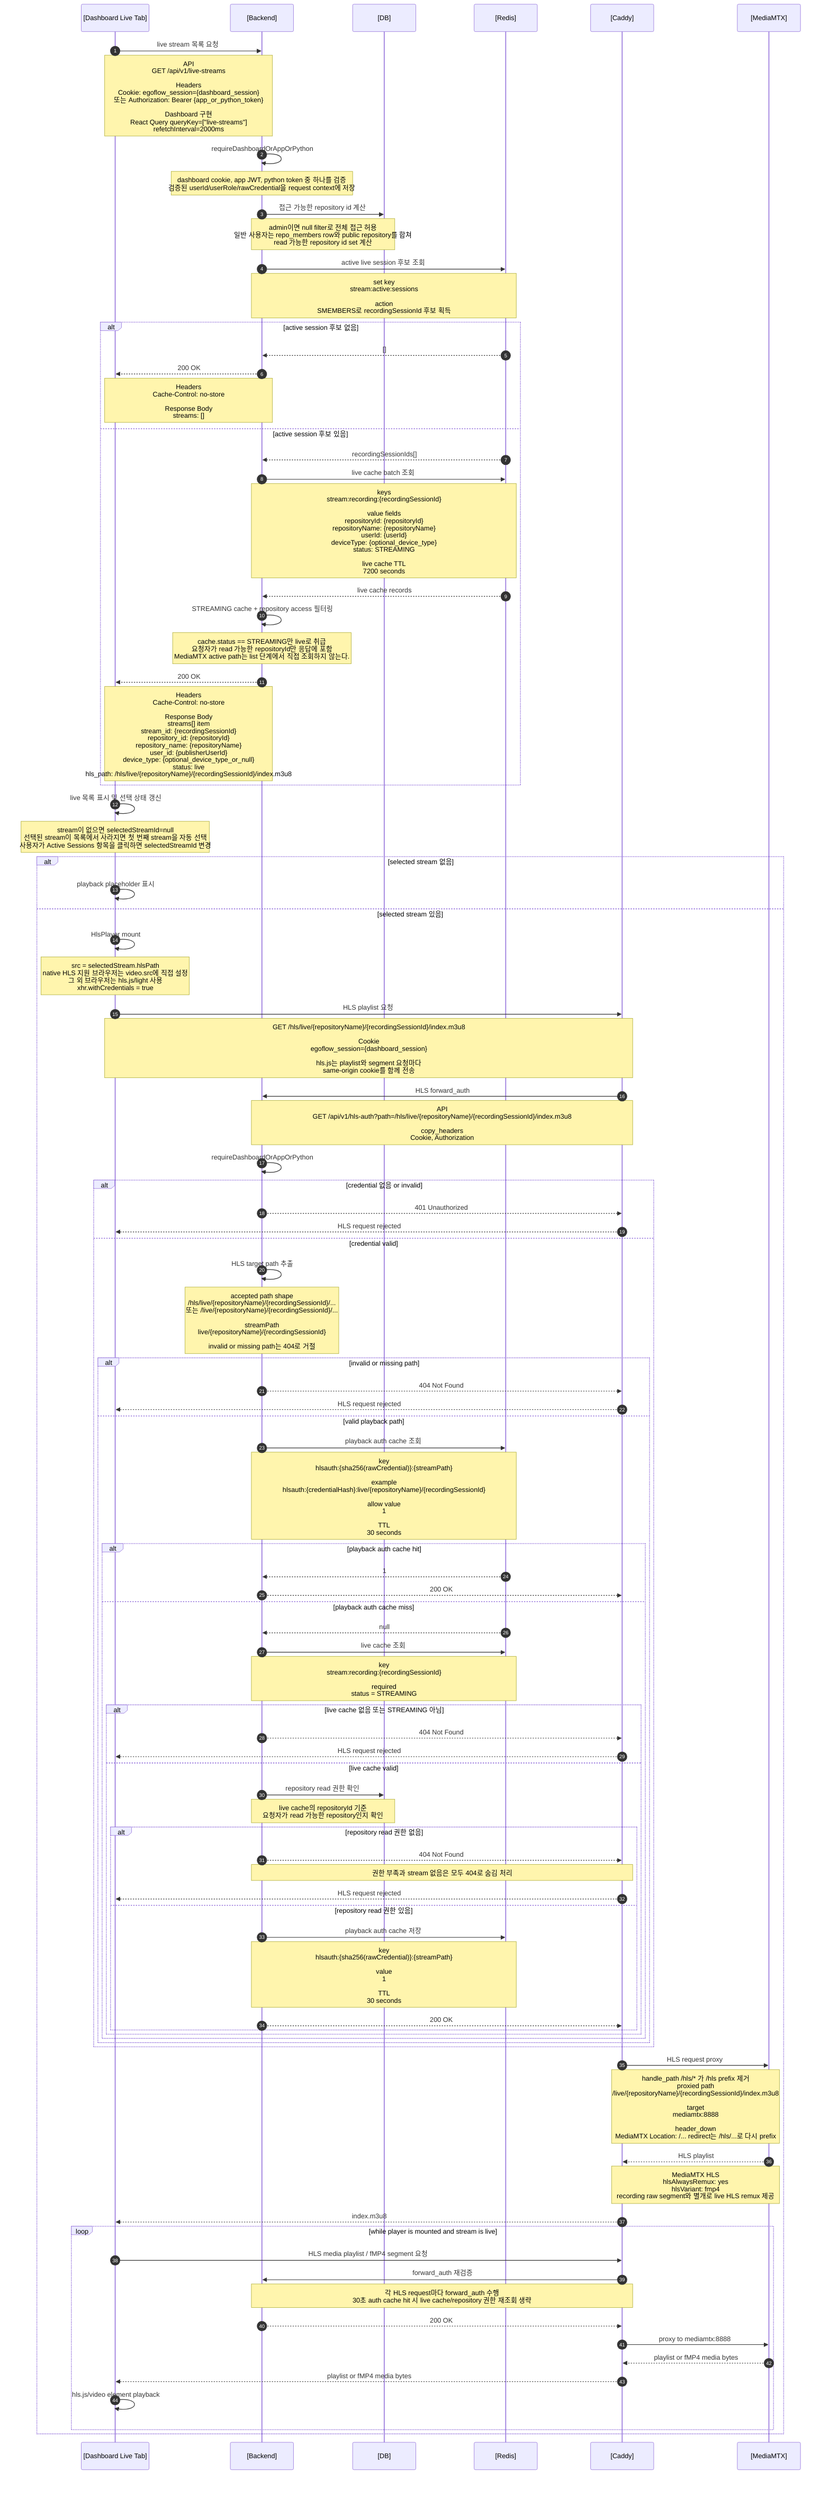
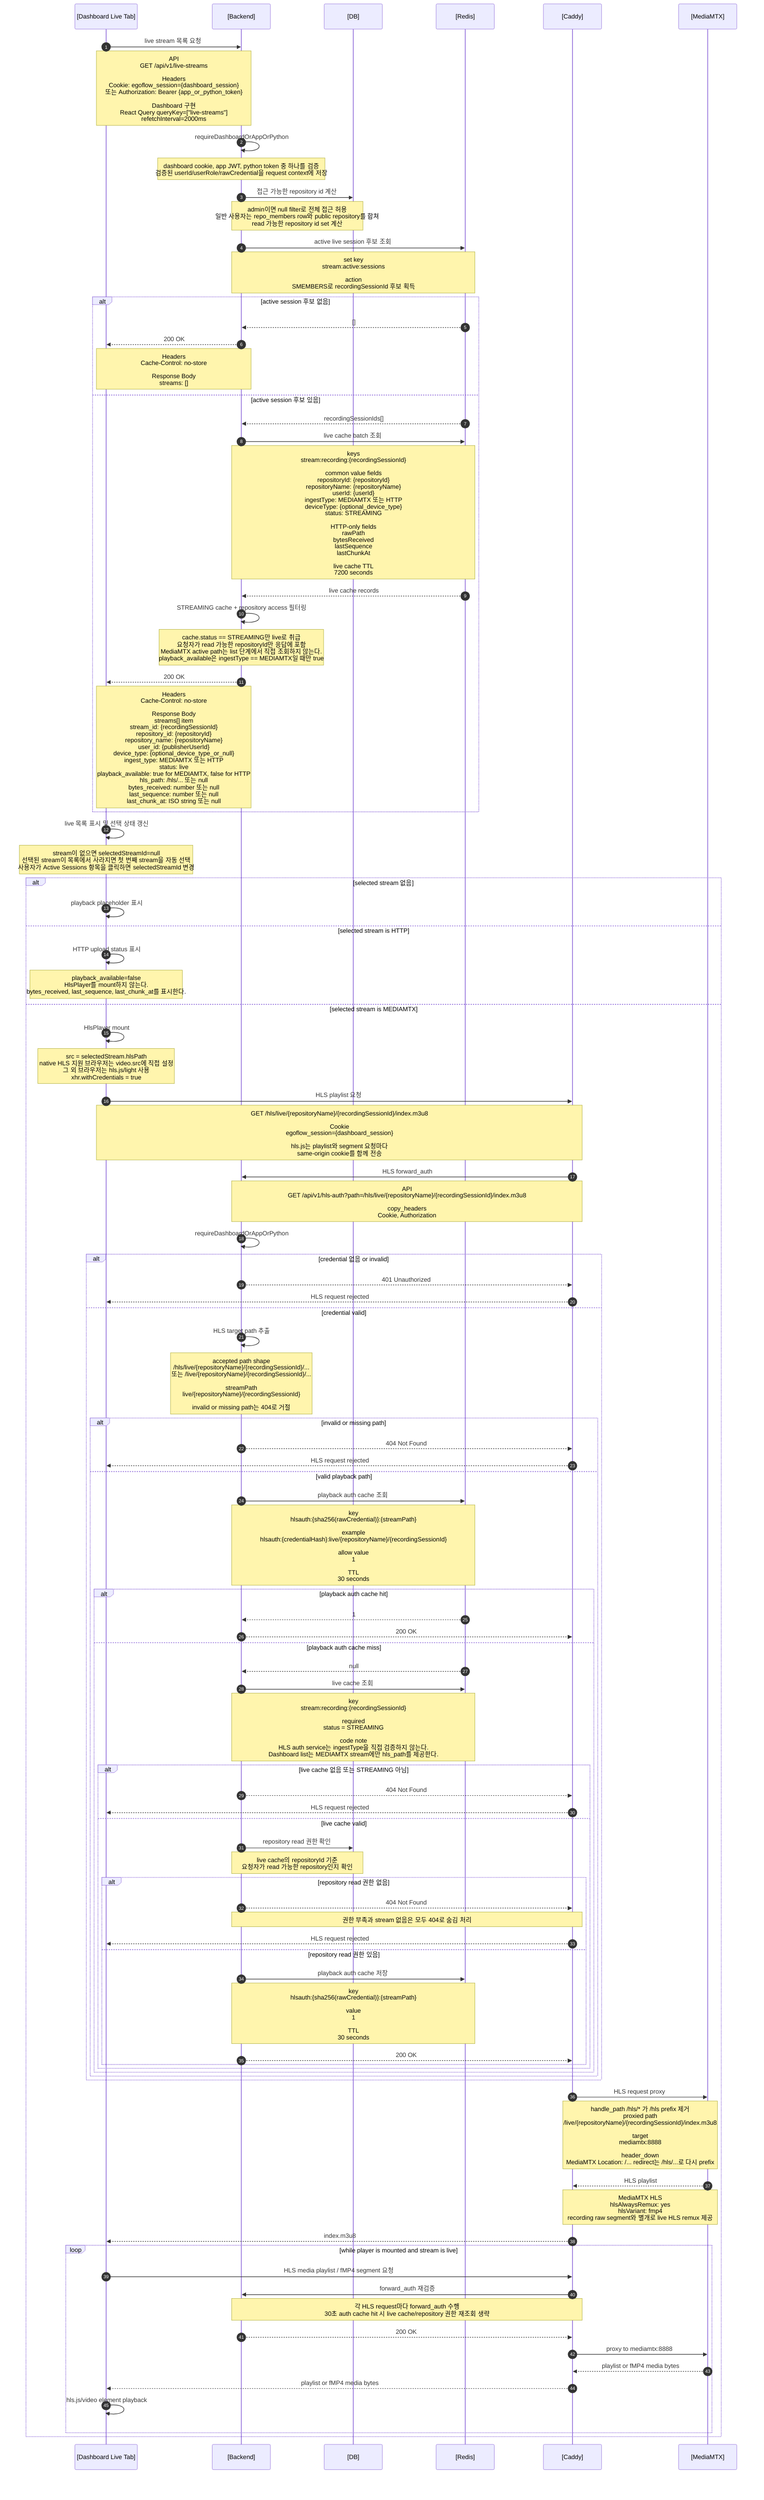
sequenceDiagram
  autonumber
  participant Dashboard as [Dashboard Live Tab]
  participant Backend as [Backend]
  participant DB as [DB]
  participant Redis as [Redis]
  participant Caddy as [Caddy]
  participant MTX as [MediaMTX]

  Dashboard->>Backend: live stream 목록 요청
  Note over Dashboard,Backend: API<br/>GET /api/v1/live-streams<br/><br/>Headers<br/>Cookie: egoflow_session={dashboard_session}<br/>또는 Authorization: Bearer {app_or_python_token}<br/><br/>Dashboard 구현<br/>React Query queryKey=["live-streams"]<br/>refetchInterval=2000ms

  Backend->>Backend: requireDashboardOrAppOrPython
  Note over Backend: dashboard cookie, app JWT, python token 중 하나를 검증<br/>검증된 userId/userRole/rawCredential을 request context에 저장

  Backend->>DB: 접근 가능한 repository id 계산
  Note over Backend,DB: admin이면 null filter로 전체 접근 허용<br/>일반 사용자는 repo_members row와 public repository를 합쳐<br/>read 가능한 repository id set 계산

  Backend->>Redis: active live session 후보 조회
  Note over Backend,Redis: set key<br/>stream:active:sessions<br/><br/>action<br/>SMEMBERS로 recordingSessionId 후보 획득

  alt active session 후보 없음
    Redis-->>Backend: []
    Backend-->>Dashboard: 200 OK
    Note over Backend,Dashboard: Headers<br/>Cache-Control: no-store<br/><br/>Response Body<br/>streams: []
  else active session 후보 있음
    Redis-->>Backend: recordingSessionIds[]
    Backend->>Redis: live cache batch 조회
-     Note over Backend,Redis: keys<br/>stream:recording:{recordingSessionId}<br/><br/>value fields<br/>repositoryId: {repositoryId}<br/>repositoryName: {repositoryName}<br/>userId: {userId}<br/>deviceType: {optional_device_type}<br/>status: STREAMING<br/><br/>live cache TTL<br/>7200 seconds
+     Note over Backend,Redis: keys<br/>stream:recording:{recordingSessionId}<br/><br/>common value fields<br/>repositoryId: {repositoryId}<br/>repositoryName: {repositoryName}<br/>userId: {userId}<br/>ingestType: MEDIAMTX 또는 HTTP<br/>deviceType: {optional_device_type}<br/>status: STREAMING<br/><br/>HTTP-only fields<br/>rawPath<br/>bytesReceived<br/>lastSequence<br/>lastChunkAt<br/><br/>live cache TTL<br/>7200 seconds

    Redis-->>Backend: live cache records
    Backend->>Backend: STREAMING cache + repository access 필터링
-     Note over Backend: cache.status == STREAMING만 live로 취급<br/>요청자가 read 가능한 repositoryId만 응답에 포함<br/>MediaMTX active path는 list 단계에서 직접 조회하지 않는다.
+     Note over Backend: cache.status == STREAMING만 live로 취급<br/>요청자가 read 가능한 repositoryId만 응답에 포함<br/>MediaMTX active path는 list 단계에서 직접 조회하지 않는다.<br/>playback_available은 ingestType == MEDIAMTX일 때만 true

    Backend-->>Dashboard: 200 OK
-     Note over Backend,Dashboard: Headers<br/>Cache-Control: no-store<br/><br/>Response Body<br/>streams[] item<br/>stream_id: {recordingSessionId}<br/>repository_id: {repositoryId}<br/>repository_name: {repositoryName}<br/>user_id: {publisherUserId}<br/>device_type: {optional_device_type_or_null}<br/>status: live<br/>hls_path: /hls/live/{repositoryName}/{recordingSessionId}/index.m3u8
+     Note over Backend,Dashboard: Headers<br/>Cache-Control: no-store<br/><br/>Response Body<br/>streams[] item<br/>stream_id: {recordingSessionId}<br/>repository_id: {repositoryId}<br/>repository_name: {repositoryName}<br/>user_id: {publisherUserId}<br/>device_type: {optional_device_type_or_null}<br/>ingest_type: MEDIAMTX 또는 HTTP<br/>status: live<br/>playback_available: true for MEDIAMTX, false for HTTP<br/>hls_path: /hls/... 또는 null<br/>bytes_received: number 또는 null<br/>last_sequence: number 또는 null<br/>last_chunk_at: ISO string 또는 null
  end

  Dashboard->>Dashboard: live 목록 표시 및 선택 상태 갱신
  Note over Dashboard: stream이 없으면 selectedStreamId=null<br/>선택된 stream이 목록에서 사라지면 첫 번째 stream을 자동 선택<br/>사용자가 Active Sessions 항목을 클릭하면 selectedStreamId 변경

  alt selected stream 없음
    Dashboard->>Dashboard: playback placeholder 표시
-   else selected stream 있음
+   else selected stream is HTTP
+     Dashboard->>Dashboard: HTTP upload status 표시
+     Note over Dashboard: playback_available=false<br/>HlsPlayer를 mount하지 않는다.<br/>bytes_received, last_sequence, last_chunk_at를 표시한다.
+   else selected stream is MEDIAMTX
    Dashboard->>Dashboard: HlsPlayer mount
    Note over Dashboard: src = selectedStream.hlsPath<br/>native HLS 지원 브라우저는 video.src에 직접 설정<br/>그 외 브라우저는 hls.js/light 사용<br/>xhr.withCredentials = true

    Dashboard->>Caddy: HLS playlist 요청
    Note over Dashboard,Caddy: GET /hls/live/{repositoryName}/{recordingSessionId}/index.m3u8<br/><br/>Cookie<br/>egoflow_session={dashboard_session}<br/><br/>hls.js는 playlist와 segment 요청마다<br/>same-origin cookie를 함께 전송

    Caddy->>Backend: HLS forward_auth
    Note over Caddy,Backend: API<br/>GET /api/v1/hls-auth?path=/hls/live/{repositoryName}/{recordingSessionId}/index.m3u8<br/><br/>copy_headers<br/>Cookie, Authorization

    Backend->>Backend: requireDashboardOrAppOrPython
    alt credential 없음 or invalid
      Backend-->>Caddy: 401 Unauthorized
      Caddy-->>Dashboard: HLS request rejected
    else credential valid
    Backend->>Backend: HLS target path 추출
    Note over Backend: accepted path shape<br/>/hls/live/{repositoryName}/{recordingSessionId}/...<br/>또는 /live/{repositoryName}/{recordingSessionId}/...<br/><br/>streamPath<br/>live/{repositoryName}/{recordingSessionId}<br/><br/>invalid or missing path는 404로 거절

    alt invalid or missing path
      Backend-->>Caddy: 404 Not Found
      Caddy-->>Dashboard: HLS request rejected
    else valid playback path
    Backend->>Redis: playback auth cache 조회
    Note over Backend,Redis: key<br/>hlsauth:{sha256(rawCredential)}:{streamPath}<br/><br/>example<br/>hlsauth:{credentialHash}:live/{repositoryName}/{recordingSessionId}<br/><br/>allow value<br/>1<br/><br/>TTL<br/>30 seconds

    alt playback auth cache hit
      Redis-->>Backend: 1
      Backend-->>Caddy: 200 OK
    else playback auth cache miss
      Redis-->>Backend: null
      Backend->>Redis: live cache 조회
-       Note over Backend,Redis: key<br/>stream:recording:{recordingSessionId}<br/><br/>required<br/>status = STREAMING
+       Note over Backend,Redis: key<br/>stream:recording:{recordingSessionId}<br/><br/>required<br/>status = STREAMING<br/><br/>code note<br/>HLS auth service는 ingestType을 직접 검증하지 않는다.<br/>Dashboard list는 MEDIAMTX stream에만 hls_path를 제공한다.

      alt live cache 없음 또는 STREAMING 아님
        Backend-->>Caddy: 404 Not Found
        Caddy-->>Dashboard: HLS request rejected
      else live cache valid
        Backend->>DB: repository read 권한 확인
        Note over Backend,DB: live cache의 repositoryId 기준<br/>요청자가 read 가능한 repository인지 확인

        alt repository read 권한 없음
          Backend-->>Caddy: 404 Not Found
          Note over Backend,Caddy: 권한 부족과 stream 없음은 모두 404로 숨김 처리
          Caddy-->>Dashboard: HLS request rejected
        else repository read 권한 있음
          Backend->>Redis: playback auth cache 저장
          Note over Backend,Redis: key<br/>hlsauth:{sha256(rawCredential)}:{streamPath}<br/><br/>value<br/>1<br/><br/>TTL<br/>30 seconds
          Backend-->>Caddy: 200 OK
        end
      end
    end
    end
    end

    Caddy->>MTX: HLS request proxy
    Note over Caddy,MTX: handle_path /hls/* 가 /hls prefix 제거<br/>proxied path<br/>/live/{repositoryName}/{recordingSessionId}/index.m3u8<br/><br/>target<br/>mediamtx:8888<br/><br/>header_down<br/>MediaMTX Location: /... redirect는 /hls/...로 다시 prefix

    MTX-->>Caddy: HLS playlist
    Note over MTX,Caddy: MediaMTX HLS<br/>hlsAlwaysRemux: yes<br/>hlsVariant: fmp4<br/>recording raw segment와 별개로 live HLS remux 제공
    Caddy-->>Dashboard: index.m3u8

    loop while player is mounted and stream is live
      Dashboard->>Caddy: HLS media playlist / fMP4 segment 요청
      Caddy->>Backend: forward_auth 재검증
      Note over Caddy,Backend: 각 HLS request마다 forward_auth 수행<br/>30초 auth cache hit 시 live cache/repository 권한 재조회 생략
      Backend-->>Caddy: 200 OK
      Caddy->>MTX: proxy to mediamtx:8888
      MTX-->>Caddy: playlist or fMP4 media bytes
      Caddy-->>Dashboard: playlist or fMP4 media bytes
      Dashboard->>Dashboard: hls.js/video element playback
    end
  end

%% 참고:
%% Dashboard live tab은 별도 playback token을 발급받지 않는다.
- %% Backend가 반환한 origin-relative hls_path를 그대로 HlsPlayer에 넘기고,
+ %% MEDIAMTX stream은 Backend가 반환한 origin-relative hls_path를 그대로 HlsPlayer에 넘기고,
%% browser는 현재 dashboard origin 기준으로 /hls/... 요청을 보낸다.
+ %% HTTP stream은 live list에는 표시되지만 playback_available=false이고 hls_path=null이다.
+ %% Dashboard는 HTTP stream에 대해 HlsPlayer를 mount하지 않고 upload 진행 상태만 표시한다.
%% HLS playback 권한 검증은 /api/v1/auth/publish가 아니라 Caddy forward_auth -> /api/v1/hls-auth가 담당한다.
%% MediaMTX read/playback authHTTP callback은 mediamtx.yml authHTTPExclude로 제외되어 있다.
%% stream-not-ready 또는 reconcile로 live pointer가 제거되면 stream:active:sessions와 stream:recording:{recordingSessionId}가 정리되고,
%% 다음 live list에서는 해당 stream이 사라진다. 이후 HLS auth도 stream-not-found로 거절될 수 있다.
+ %% HTTP ingest는 stream:active:sessions에 등록되지만 dashboard 응답에서는 playback_available=false, hls_path=null이다.
+ %% HLS auth service는 ingestType을 직접 검증하지 않으므로 dashboard가 제공한 hls_path만 playback 대상으로 사용한다.
